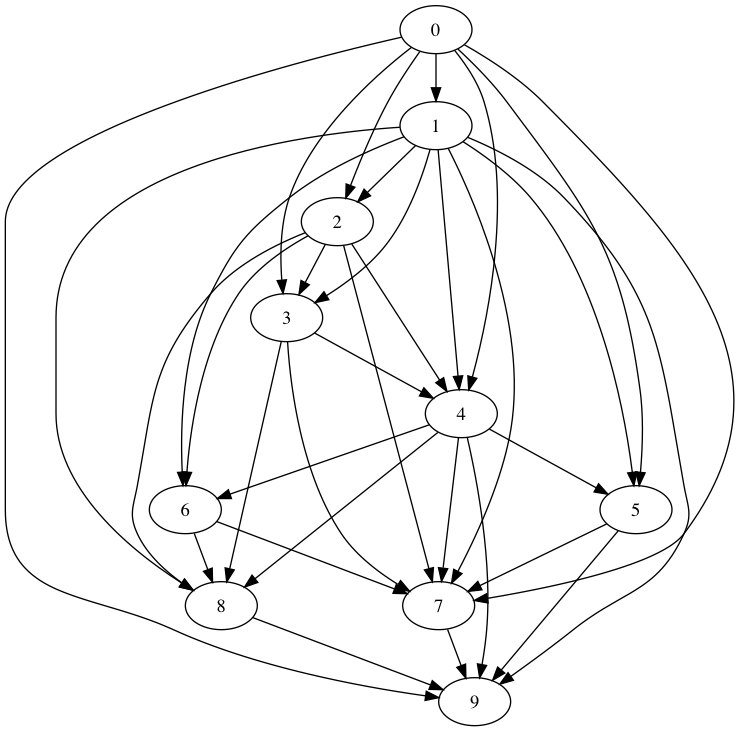
This is sortedGraph.png from klv-codehub/Course3, a Graphviz export, as it was before one commit. Its source is kept beside it as sortedGraph.dot.
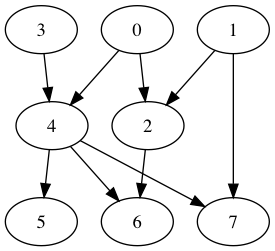
Later version of the same file.

Diff of the diagram source:
```diff
@@ -1,36 +1,11 @@
 digraph {
-	0 -> 1;
+	4 -> 7;
+	4 -> 6;
+	4 -> 5;
+	3 -> 4;
+	2 -> 6;
+	1 -> 2;
+	1 -> 7;
+	0 -> 4;
 	0 -> 2;
-	0 -> 3;
-	0 -> 4;
-	0 -> 5;
-	0 -> 7;
-	0 -> 9;
-	1 -> 2;
-	1 -> 3;
-	1 -> 4;
-	1 -> 6;
-	1 -> 8;
-	1 -> 5;
-	1 -> 7;
-	1 -> 9;
-	2 -> 3;
-	2 -> 4;
-	2 -> 6;
-	2 -> 8;
-	2 -> 7;
-	3 -> 4;
-	3 -> 8;
-	3 -> 7;
-	4 -> 6;
-	4 -> 8;
-	4 -> 5;
-	4 -> 7;
-	4 -> 9;
-	6 -> 8;
-	6 -> 7;
-	8 -> 9;
-	5 -> 7;
-	5 -> 9;
-	7 -> 9;
 }
```
